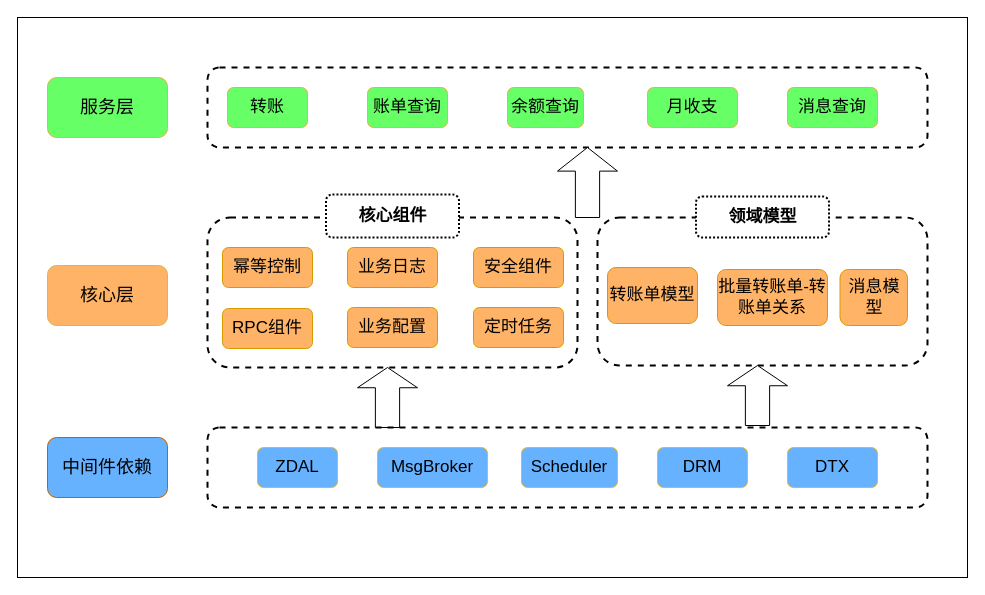
Before: Untitled Diagram.drawio in muqingCai/cloudForecast, a draw.io diagram. Source tidied: cells renumbered, new cells numbered last; positions are measured from the earlier drawing's top-left corner, leaving out a move shared by most shapes. Both pictures are drawn from the tidied source at 100%, with x=0, y=0 at pixel (17, 17).
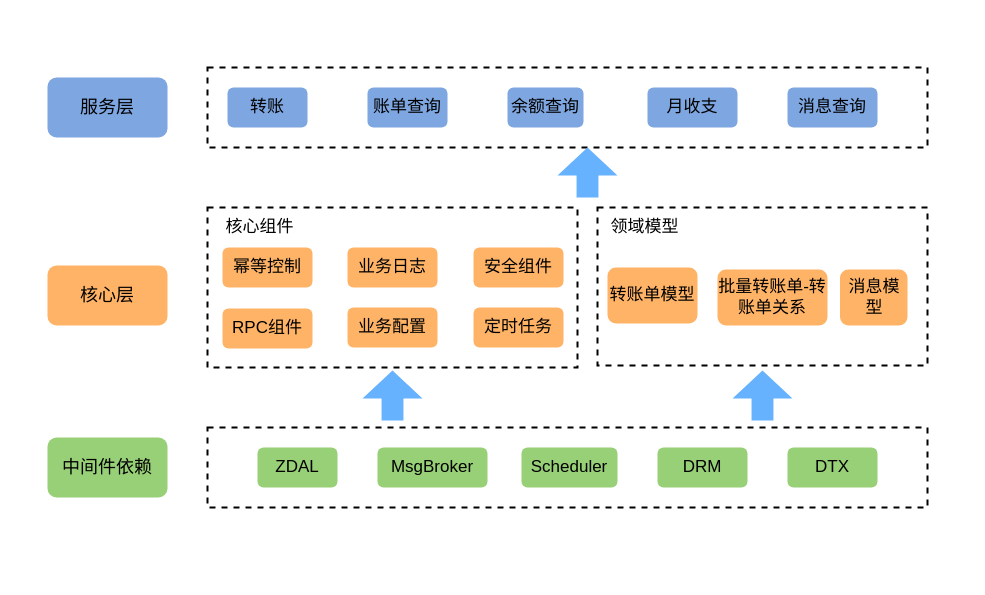
The same diagram, later.

The edit, as a diff of the source:
```diff
@@
-    <mxCell id="2" style="rounded=0;whiteSpace=wrap;fontSize=16;spacing=2;shadow=0;" parent="1" vertex="1">
+    <mxCell id="2" style="rounded=0;whiteSpace=wrap;fontSize=16;spacing=2;shadow=0;strokeColor=none;" parent="1" vertex="1">
       <mxGeometry width="950" height="560" as="geometry" />
     </mxCell>
-    <mxCell id="3" style="rounded=1;whiteSpace=wrap;fontSize=17;fillColor=#FFFFFF;dashed=1;spacing=2;strokeWidth=2;" parent="1" vertex="1">
+    <mxCell id="3" style="rounded=0;whiteSpace=wrap;fontSize=17;fillColor=#FFFFFF;dashed=1;spacing=2;strokeWidth=2;" parent="1" vertex="1">
       <mxGeometry x="190" y="50" width="720" height="80" as="geometry" />
     </mxCell>
-    <mxCell id="4" value="服务层" style="rounded=1;whiteSpace=wrap;strokeColor=#d6b656;fontSize=18;spacing=2;fillColor=#66FF66;" parent="1" vertex="1">
+    <mxCell id="4" value="服务层" style="rounded=1;whiteSpace=wrap;fontSize=18;spacing=2;strokeColor=none;fillColor=#7EA6E0;" parent="1" vertex="1">
       <mxGeometry x="30" y="60" width="120" height="60" as="geometry" />
     </mxCell>
-    <mxCell id="5" value="中间件依赖" style="rounded=1;whiteSpace=wrap;strokeColor=#b46504;fontSize=18;spacing=2;fillColor=#66B2FF;" parent="1" vertex="1">
+    <mxCell id="5" value="中间件依赖" style="rounded=1;whiteSpace=wrap;fontSize=18;spacing=2;strokeColor=none;fillColor=#97D077;" parent="1" vertex="1">
       <mxGeometry x="30" y="420" width="120" height="60" as="geometry" />
     </mxCell>
-    <mxCell id="6" value="转账" style="rounded=1;whiteSpace=wrap;strokeColor=#d6b656;fontSize=17;spacing=2;fillColor=#66FF66;" parent="1" vertex="1">
+    <mxCell id="6" value="转账" style="rounded=1;whiteSpace=wrap;fontSize=17;spacing=2;strokeColor=none;fillColor=#7EA6E0;" parent="1" vertex="1">
       <mxGeometry x="210" y="70" width="80" height="40" as="geometry" />
     </mxCell>
-    <mxCell id="7" value="账单查询" style="rounded=1;whiteSpace=wrap;strokeColor=#d6b656;fontSize=17;spacing=2;fillColor=#66FF66;" parent="1" vertex="1">
+    <mxCell id="7" value="账单查询" style="rounded=1;whiteSpace=wrap;fontSize=17;spacing=2;fillColor=#7EA6E0;strokeColor=none;" parent="1" vertex="1">
       <mxGeometry x="350" y="70" width="80" height="40" as="geometry" />
     </mxCell>
-    <mxCell id="8" value="余额查询" style="rounded=1;whiteSpace=wrap;strokeColor=#d6b656;fontSize=17;spacing=2;fillColor=#66FF66;" parent="1" vertex="1">
+    <mxCell id="8" value="余额查询" style="rounded=1;whiteSpace=wrap;fontSize=17;spacing=2;fillColor=#7EA6E0;strokeColor=none;" parent="1" vertex="1">
       <mxGeometry x="490" y="70" width="76" height="40" as="geometry" />
     </mxCell>
-    <mxCell id="9" value="月收支" style="rounded=1;whiteSpace=wrap;strokeColor=#d6b656;fontSize=17;spacing=2;fillColor=#66FF66;" parent="1" vertex="1">
+    <mxCell id="9" value="月收支" style="rounded=1;whiteSpace=wrap;fontSize=17;spacing=2;fillColor=#7EA6E0;strokeColor=none;" parent="1" vertex="1">
       <mxGeometry x="630" y="70" width="90" height="40" as="geometry" />
     </mxCell>
-    <mxCell id="10" value="消息查询" style="rounded=1;whiteSpace=wrap;strokeColor=#d6b656;fontSize=17;spacing=2;fillColor=#66FF66;" parent="1" vertex="1">
+    <mxCell id="10" value="消息查询" style="rounded=1;whiteSpace=wrap;fontSize=17;spacing=2;fillColor=#7EA6E0;strokeColor=none;" parent="1" vertex="1">
       <mxGeometry x="770" y="70" width="90" height="40" as="geometry" />
     </mxCell>
-    <mxCell id="11" style="rounded=1;whiteSpace=wrap;fontSize=17;fillColor=#FFFFFF;dashed=1;spacing=2;strokeWidth=2;" parent="1" vertex="1">
-      <mxGeometry x="190" y="200" width="370" height="150" as="geometry" />
+    <mxCell id="11" style="rounded=0;whiteSpace=wrap;fontSize=17;fillColor=#FFFFFF;dashed=1;spacing=2;strokeWidth=2;" parent="1" vertex="1">
+      <mxGeometry x="190" y="190" width="370" height="160" as="geometry" />
     </mxCell>
-    <mxCell id="12" value="核心层" style="rounded=1;whiteSpace=wrap;strokeColor=#d6b656;fontSize=18;spacing=2;fillColor=#FFB366;" parent="1" vertex="1">
+    <mxCell id="12" value="核心层" style="rounded=1;whiteSpace=wrap;fontSize=18;spacing=2;fillColor=#FFB366;strokeColor=none;" parent="1" vertex="1">
       <mxGeometry x="30" y="248" width="120" height="60" as="geometry" />
     </mxCell>
-    <mxCell id="13" value="幂等控制" style="rounded=1;whiteSpace=wrap;strokeColor=#d79b00;fontSize=17;spacing=2;fillColor=#FFB366;" parent="1" vertex="1">
+    <mxCell id="13" value="幂等控制" style="rounded=1;whiteSpace=wrap;fontSize=17;spacing=2;fillColor=#FFB366;strokeColor=none;" parent="1" vertex="1">
       <mxGeometry x="205" y="230" width="90" height="40" as="geometry" />
     </mxCell>
-    <mxCell id="14" value="安全组件" style="rounded=1;whiteSpace=wrap;strokeColor=#d79b00;fontSize=17;spacing=2;fillColor=#FFB366;" parent="1" vertex="1">
+    <mxCell id="14" value="安全组件" style="rounded=1;whiteSpace=wrap;fontSize=17;spacing=2;fillColor=#FFB366;strokeColor=none;" parent="1" vertex="1">
       <mxGeometry x="456" y="230" width="90" height="40" as="geometry" />
     </mxCell>
-    <mxCell id="15" value="业务配置" style="rounded=1;whiteSpace=wrap;strokeColor=#d79b00;fontSize=17;spacing=2;fillColor=#FFB366;" parent="1" vertex="1">
+    <mxCell id="15" value="业务配置" style="rounded=1;whiteSpace=wrap;fontSize=17;spacing=2;fillColor=#FFB366;strokeColor=none;" parent="1" vertex="1">
       <mxGeometry x="330" y="290" width="90" height="40" as="geometry" />
     </mxCell>
-    <mxCell id="16" value="定时任务" style="rounded=1;whiteSpace=wrap;strokeColor=#d79b00;fontSize=17;spacing=2;fillColor=#FFB366;" parent="1" vertex="1">
+    <mxCell id="16" value="定时任务" style="rounded=1;whiteSpace=wrap;fontSize=17;spacing=2;fillColor=#FFB366;strokeColor=none;" parent="1" vertex="1">
       <mxGeometry x="456" y="290" width="90" height="40" as="geometry" />
     </mxCell>
-    <mxCell id="17" value="RPC组件" style="rounded=1;whiteSpace=wrap;strokeColor=#d79b00;fontSize=17;spacing=2;fillColor=#FFB366;" parent="1" vertex="1">
+    <mxCell id="17" value="RPC组件" style="rounded=1;whiteSpace=wrap;fontSize=17;spacing=2;fillColor=#FFB366;strokeColor=none;" parent="1" vertex="1">
       <mxGeometry x="205" y="291" width="90" height="40" as="geometry" />
     </mxCell>
-    <mxCell id="18" value="业务日志" style="rounded=1;whiteSpace=wrap;strokeColor=#d79b00;fontSize=17;spacing=2;fillColor=#FFB366;" parent="1" vertex="1">
+    <mxCell id="18" value="业务日志" style="rounded=1;whiteSpace=wrap;fontSize=17;spacing=2;fillColor=#FFB366;strokeColor=none;" parent="1" vertex="1">
       <mxGeometry x="330" y="230" width="90" height="40" as="geometry" />
     </mxCell>
-    <mxCell id="19" style="rounded=1;whiteSpace=wrap;fontSize=17;fillColor=#FFFFFF;dashed=1;spacing=2;strokeWidth=2;" parent="1" vertex="1">
+    <mxCell id="19" style="rounded=0;whiteSpace=wrap;fontSize=17;fillColor=#FFFFFF;dashed=1;spacing=2;strokeWidth=2;" parent="1" vertex="1">
       <mxGeometry x="190" y="410" width="720" height="80" as="geometry" />
     </mxCell>
-    <mxCell id="20" value="ZDAL" style="rounded=1;whiteSpace=wrap;strokeColor=#d6b656;fontSize=17;spacing=2;fillColor=#66B2FF;" parent="1" vertex="1">
+    <mxCell id="20" value="ZDAL" style="rounded=1;whiteSpace=wrap;fontSize=17;spacing=2;strokeColor=none;fillColor=#97D077;" parent="1" vertex="1">
       <mxGeometry x="240" y="430" width="80" height="40" as="geometry" />
     </mxCell>
-    <mxCell id="21" value="MsgBroker" style="rounded=1;whiteSpace=wrap;strokeColor=#d6b656;fontSize=17;spacing=2;fillColor=#66B2FF;" parent="1" vertex="1">
+    <mxCell id="21" value="MsgBroker" style="rounded=1;whiteSpace=wrap;fontSize=17;spacing=2;strokeColor=none;fillColor=#97D077;" parent="1" vertex="1">
       <mxGeometry x="360" y="430" width="110" height="40" as="geometry" />
     </mxCell>
-    <mxCell id="22" value="Scheduler" style="rounded=1;whiteSpace=wrap;strokeColor=#d6b656;fontSize=17;spacing=2;fillColor=#66B2FF;" parent="1" vertex="1">
+    <mxCell id="22" value="Scheduler" style="rounded=1;whiteSpace=wrap;fontSize=17;spacing=2;strokeColor=none;fillColor=#97D077;" parent="1" vertex="1">
       <mxGeometry x="504" y="430" width="96" height="40" as="geometry" />
     </mxCell>
-    <mxCell id="23" value="DRM" style="rounded=1;whiteSpace=wrap;strokeColor=#d6b656;fontSize=17;spacing=2;fillColor=#66B2FF;" parent="1" vertex="1">
+    <mxCell id="23" value="DRM" style="rounded=1;whiteSpace=wrap;fontSize=17;spacing=2;strokeColor=none;fillColor=#97D077;" parent="1" vertex="1">
       <mxGeometry x="640" y="430" width="90" height="40" as="geometry" />
     </mxCell>
-    <mxCell id="24" value="DTX" style="rounded=1;whiteSpace=wrap;strokeColor=#d6b656;fontSize=17;spacing=2;fillColor=#66B2FF;" parent="1" vertex="1">
+    <mxCell id="24" value="DTX" style="rounded=1;whiteSpace=wrap;fontSize=17;spacing=2;strokeColor=none;fillColor=#97D077;" parent="1" vertex="1">
       <mxGeometry x="770" y="430" width="90" height="40" as="geometry" />
     </mxCell>
-    <mxCell id="25" style="rounded=1;whiteSpace=wrap;fontSize=17;fillColor=#FFFFFF;dashed=1;spacing=2;strokeWidth=2;" parent="1" vertex="1">
-      <mxGeometry x="580" y="200" width="330" height="148" as="geometry" />
+    <mxCell id="25" style="rounded=0;whiteSpace=wrap;fontSize=17;fillColor=#FFFFFF;dashed=1;spacing=2;strokeWidth=2;" parent="1" vertex="1">
+      <mxGeometry x="580" y="190" width="330" height="158" as="geometry" />
     </mxCell>
-    <mxCell id="26" value="转账单模型" style="rounded=1;whiteSpace=wrap;strokeColor=#d79b00;fontSize=17;spacing=2;fillColor=#FFB366;" parent="1" vertex="1">
+    <mxCell id="26" value="转账单模型" style="rounded=1;whiteSpace=wrap;fontSize=17;spacing=2;fillColor=#FFB366;strokeColor=none;" parent="1" vertex="1">
       <mxGeometry x="590" y="250" width="90" height="56" as="geometry" />
     </mxCell>
-    <mxCell id="27" value="批量转账单-转账单关系" style="rounded=1;whiteSpace=wrap;strokeColor=#d79b00;fontSize=17;spacing=2;fillColor=#FFB366;" parent="1" vertex="1">
+    <mxCell id="27" value="批量转账单-转账单关系" style="rounded=1;whiteSpace=wrap;fontSize=17;spacing=2;fillColor=#FFB366;strokeColor=none;" parent="1" vertex="1">
       <mxGeometry x="700" y="252" width="110" height="56" as="geometry" />
     </mxCell>
-    <mxCell id="28" value="消息模型" style="rounded=1;whiteSpace=wrap;strokeColor=#d79b00;fontSize=17;spacing=2;fillColor=#FFB366;" parent="1" vertex="1">
+    <mxCell id="28" value="消息模型" style="rounded=1;whiteSpace=wrap;fontSize=17;spacing=2;fillColor=#FFB366;strokeColor=none;" parent="1" vertex="1">
       <mxGeometry x="822.5" y="252" width="67.5" height="56" as="geometry" />
     </mxCell>
+    <mxCell id="33" style="shape=singleArrow;direction=north;whiteSpace=wrap;html=1;rounded=0;shadow=0;strokeWidth=1;fontSize=17;arrowWidth=0.3647058823529354;arrowSize=0.557647058823527;strokeColor=none;fillColor=#66B2FF;" parent="1" vertex="1">
+      <mxGeometry x="540" y="130" width="60" height="50" as="geometry" />
+    </mxCell>
+    <mxCell id="34" style="shape=singleArrow;direction=north;whiteSpace=wrap;html=1;rounded=0;shadow=0;strokeWidth=1;fontSize=17;arrowWidth=0.3647058823529354;arrowSize=0.557647058823527;strokeColor=none;fillColor=#66B2FF;" parent="1" vertex="1">
+      <mxGeometry x="345" y="353" width="60" height="50" as="geometry" />
+    </mxCell>
+    <mxCell id="35" style="shape=singleArrow;direction=north;whiteSpace=wrap;html=1;rounded=0;shadow=0;strokeWidth=1;fontSize=17;arrowWidth=0.3647058823529354;arrowSize=0.557647058823527;strokeColor=none;fillColor=#66B2FF;" parent="1" vertex="1">
+      <mxGeometry x="715" y="353" width="60" height="50" as="geometry" />
+    </mxCell>
-    <mxCell id="29" value="核心组件" style="rounded=1;whiteSpace=wrap;fontSize=17;spacing=2;dashed=1;strokeWidth=2;dashPattern=1 1;fontStyle=1;" parent="1" vertex="1">
-      <mxGeometry x="308.5" y="177" width="133" height="43" as="geometry" />
+    <mxCell id="29" value="&lt;font color=&quot;#000000&quot;&gt;核心组件&lt;/font&gt;" style="text;html=1;strokeColor=none;fillColor=none;align=center;verticalAlign=middle;whiteSpace=wrap;rounded=0;shadow=0;fontSize=17;fontColor=#FFFFFF;" parent="1" vertex="1">
+      <mxGeometry x="205" y="200" width="75" height="20" as="geometry" />
     </mxCell>
-    <mxCell id="30" value="领域模型" style="rounded=1;whiteSpace=wrap;fontSize=17;spacing=2;dashed=1;strokeWidth=2;dashPattern=1 1;fontStyle=1;" parent="1" vertex="1">
-      <mxGeometry x="678.5" y="179" width="133" height="41" as="geometry" />
+    <mxCell id="30" value="&lt;font color=&quot;#000000&quot;&gt;领域模型&lt;/font&gt;" style="text;html=1;strokeColor=none;fillColor=none;align=center;verticalAlign=middle;whiteSpace=wrap;rounded=0;shadow=0;fontSize=17;fontColor=#FFFFFF;" parent="1" vertex="1">
+      <mxGeometry x="590" y="200" width="75" height="20" as="geometry" />
     </mxCell>
-    <mxCell id="31" style="shape=singleArrow;direction=north;whiteSpace=wrap;html=1;rounded=0;shadow=0;strokeColor=#000000;strokeWidth=1;gradientColor=none;fontSize=17;fontColor=#FFFFFF;arrowWidth=0.40392156862744744;arrowSize=0.33725490196078456;fillColor=none;" parent="1" vertex="1">
-      <mxGeometry x="340" y="350" width="60" height="60" as="geometry" />
-    </mxCell>
-    <mxCell id="32" style="shape=singleArrow;direction=north;whiteSpace=wrap;html=1;rounded=0;shadow=0;strokeWidth=1;fontSize=17;arrowWidth=0.40392156862744744;arrowSize=0.33725490196078456;" parent="1" vertex="1">
-      <mxGeometry x="710" y="348" width="60" height="60" as="geometry" />
-    </mxCell>
-    <mxCell id="33" style="shape=singleArrow;direction=north;whiteSpace=wrap;html=1;rounded=0;shadow=0;strokeWidth=1;fontSize=17;arrowWidth=0.40392156862744744;arrowSize=0.33725490196078456;" parent="1" vertex="1">
-      <mxGeometry x="540" y="130" width="60" height="70" as="geometry" />
-    </mxCell>
```
